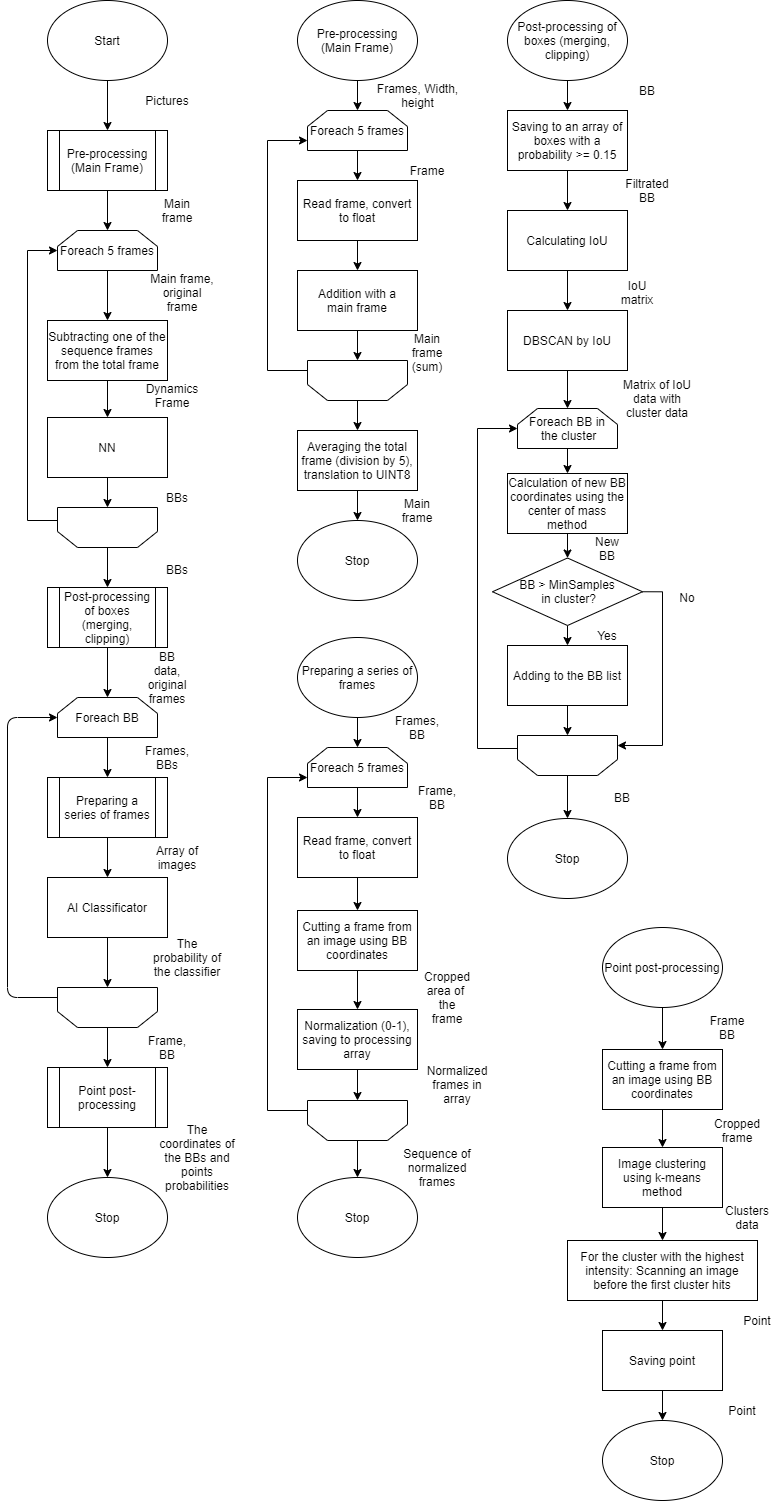
Before: data/Scheme-eng.png, a diagram exported from draw.io (Vladislav26Laptev/Smoke_detection). Source tidied: cells renumbered, new cells last; positions are measured from the earlier drawing's top-left corner, leaving out a move shared by most shapes.
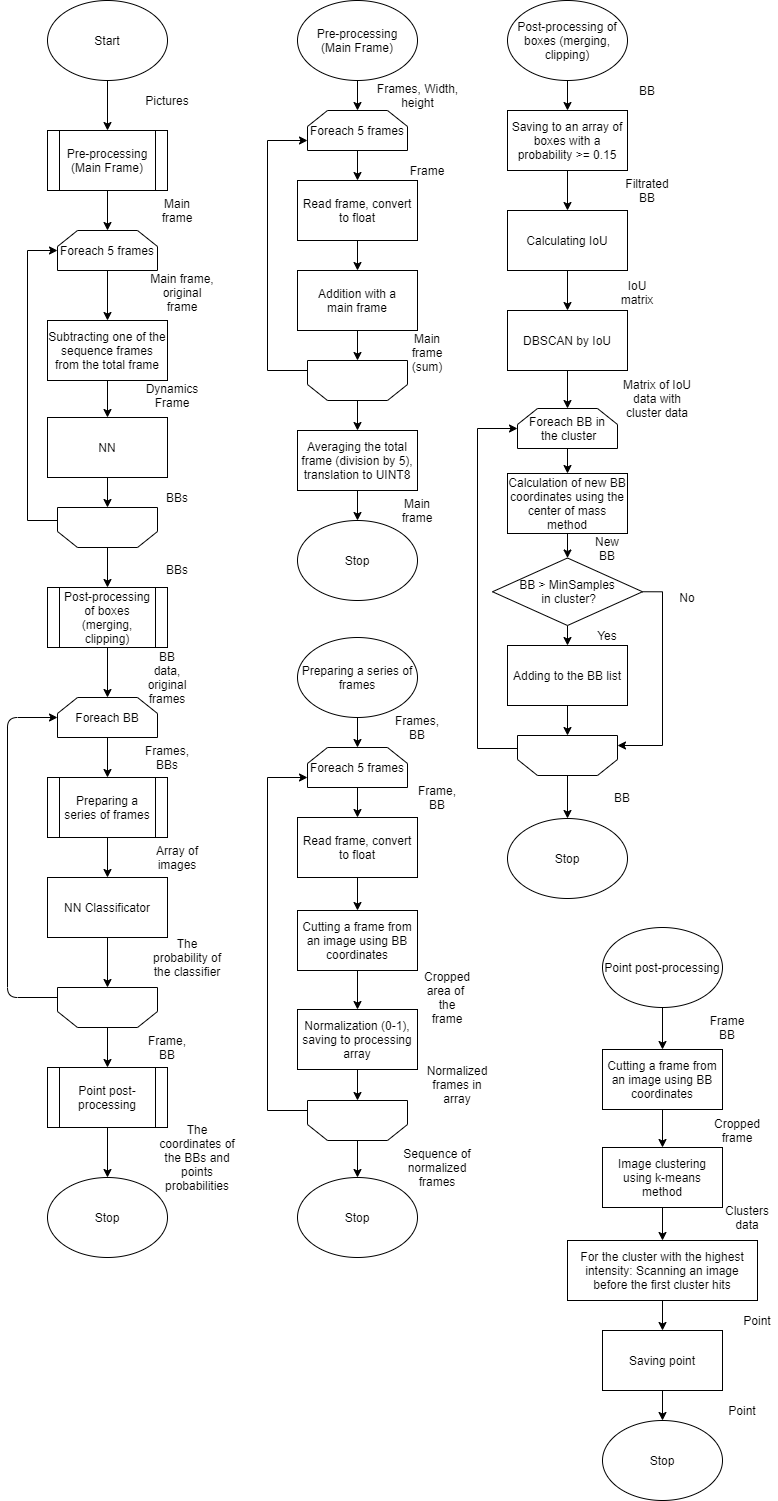
After the change.

Commit message:
Update Scheme attempt 2

What changed in the source:
```diff
@@ -52,7 +52,7 @@
     <mxCell id="17" style="edgeStyle=orthogonalEdgeStyle;rounded=0;jettySize=auto;html=1;exitX=0.5;exitY=1;exitDx=0;exitDy=0;entryX=0.5;entryY=1;entryDx=0;entryDy=0;" parent="1" edge="1" source="18" target="12">
       <mxGeometry relative="1" as="geometry" />
     </mxCell>
-    <mxCell id="18" value="AI Classificator" style="rounded=0;whiteSpace=wrap;html=1;" parent="1" vertex="1">
+    <mxCell id="18" value="NN Classificator" style="rounded=0;whiteSpace=wrap;html=1;" parent="1" vertex="1">
       <mxGeometry x="40" y="877" width="120" height="60" as="geometry" />
     </mxCell>
     <mxCell id="19" value="Stop" style="ellipse;whiteSpace=wrap;html=1;" parent="1" vertex="1">
```
